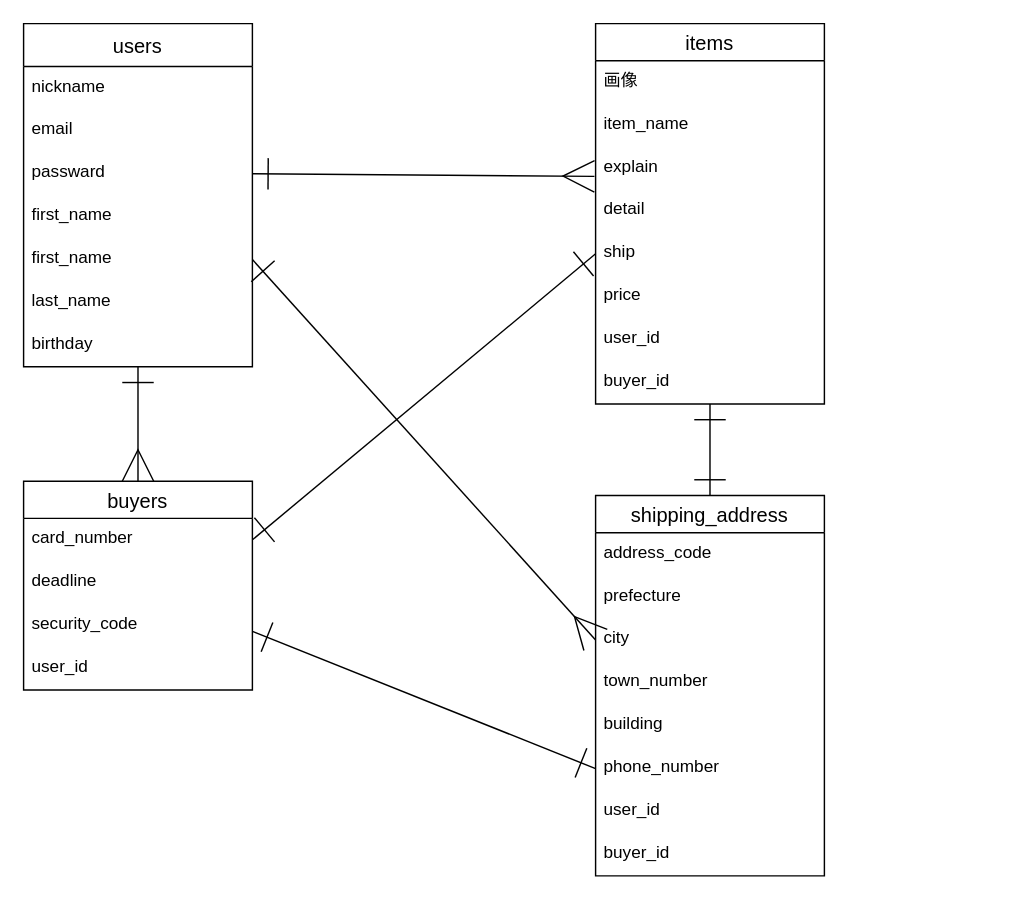
schweiz1snow/furima-36493 keeps this draw.io diagram as furima.dio. Above is the earlier version. Source tidied: cells renumbered, new cells numbered last; positions are measured from the earlier drawing's top-left corner, leaving out a move shared by most shapes. Both pictures are drawn from the tidied source at 143%, with x=0, y=0 at pixel (23, 23).
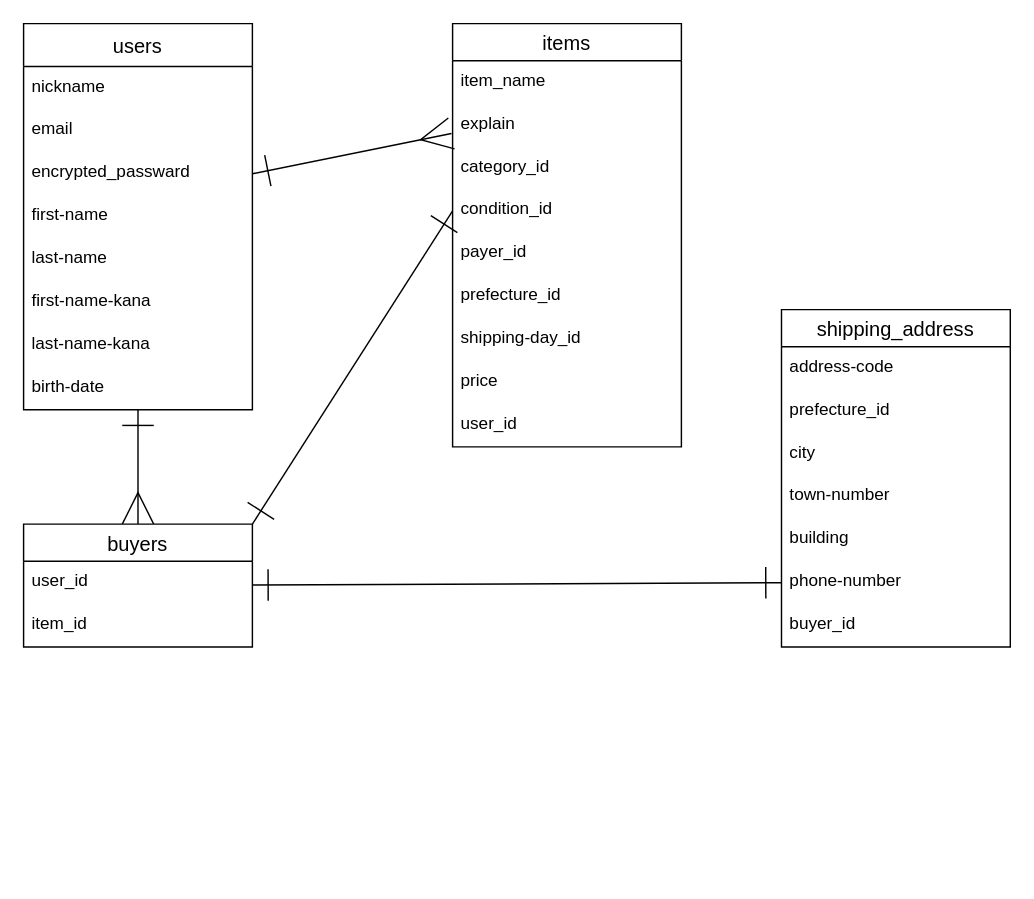
After the change.

Unchanged cells that the change refers to:
```xml
<mxCell id="30" value="city" style="text;strokeColor=none;fillColor=none;spacingLeft=4;spacingRight=4;overflow=hidden;points=[[0,0.5],[1,0.5]];portConstraint=eastwest;fontSize=12;" parent="27" vertex="1">
  <mxGeometry y="86" width="160" height="30" as="geometry" />
</mxCell>
```

Change to the diagram source:
```diff
@@
     <mxCell id="3" value="users" style="swimlane;fontStyle=0;horizontal=1;startSize=30;align=center;fontSize=14;" parent="1" vertex="1">
-      <mxGeometry width="160" height="240" as="geometry" />
+      <mxGeometry width="160" height="270" as="geometry" />
     </mxCell>
@@
-    <mxCell id="6" value="passward" style="text;strokeColor=none;fillColor=none;spacingLeft=4;spacingRight=4;overflow=hidden;points=[[0,0.5],[1,0.5]];portConstraint=eastwest;fontSize=12;" parent="3" vertex="1">
+    <mxCell id="6" value="encrypted_passward" style="text;strokeColor=none;fillColor=none;spacingLeft=4;spacingRight=4;overflow=hidden;points=[[0,0.5],[1,0.5]];portConstraint=eastwest;fontSize=12;" parent="3" vertex="1">
       <mxGeometry y="90" width="160" height="30" as="geometry" />
     </mxCell>
-    <mxCell id="7" value="first_name" style="text;strokeColor=none;fillColor=none;spacingLeft=4;spacingRight=4;overflow=hidden;fontSize=12;" parent="3" vertex="1">
+    <mxCell id="7" value="first-name" style="text;strokeColor=none;fillColor=none;spacingLeft=4;spacingRight=4;overflow=hidden;fontSize=12;" parent="3" vertex="1">
       <mxGeometry y="120" width="160" height="30" as="geometry" />
     </mxCell>
-    <mxCell id="8" value="first_name" style="text;strokeColor=none;fillColor=none;spacingLeft=4;spacingRight=4;overflow=hidden;points=[[0,0.5],[1,0.5]];portConstraint=eastwest;fontSize=12;" parent="3" vertex="1">
-      <mxGeometry y="150" width="160" height="30" as="geometry" />
-    </mxCell>
-    <mxCell id="9" value="last_name" style="text;strokeColor=none;fillColor=none;spacingLeft=4;spacingRight=4;overflow=hidden;fontSize=12;" parent="3" vertex="1">
-      <mxGeometry y="180" width="160" height="30" as="geometry" />
+    <mxCell id="9" value="last-name" style="text;strokeColor=none;fillColor=none;spacingLeft=4;spacingRight=4;overflow=hidden;fontSize=12;" parent="3" vertex="1">
+      <mxGeometry y="150" width="160" height="30" as="geometry" />
     </mxCell>
+    <mxCell id="39" value="first-name-kana" style="text;strokeColor=none;fillColor=none;spacingLeft=4;spacingRight=4;overflow=hidden;fontSize=12;" parent="3" vertex="1">
+      <mxGeometry y="180" width="160" height="30" as="geometry" />
+    </mxCell>
+    <mxCell id="40" value="last-name-kana" style="text;strokeColor=none;fillColor=none;spacingLeft=4;spacingRight=4;overflow=hidden;fontSize=12;" parent="3" vertex="1">
+      <mxGeometry y="210" width="160" height="30" as="geometry" />
+    </mxCell>
-    <mxCell id="10" value="birthday" style="text;strokeColor=none;fillColor=none;spacingLeft=4;spacingRight=4;overflow=hidden;fontSize=12;" parent="3" vertex="1">
-      <mxGeometry y="210" width="160" height="30" as="geometry" />
+    <mxCell id="10" value="birth-date" style="text;strokeColor=none;fillColor=none;spacingLeft=4;spacingRight=4;overflow=hidden;fontSize=12;" parent="3" vertex="1">
+      <mxGeometry y="240" width="160" height="30" as="geometry" />
     </mxCell>
-    <mxCell id="11" style="edgeStyle=none;html=1;entryX=0.5;entryY=0;entryDx=0;entryDy=0;startArrow=ERone;startFill=0;endArrow=ERone;endFill=0;startSize=20;endSize=20;strokeWidth=1;" parent="1" edge="1" source="12" target="27">
-      <mxGeometry relative="1" as="geometry" />
-    </mxCell>
     <mxCell id="12" value="items" style="swimlane;fontStyle=0;horizontal=1;startSize=26;align=center;fontSize=14;" parent="1" vertex="1">
-      <mxGeometry x="400" width="160" height="266" as="geometry" />
+      <mxGeometry x="300" width="160" height="296" as="geometry" />
     </mxCell>
-    <mxCell id="13" value="画像" style="text;strokeColor=none;fillColor=none;spacingLeft=4;spacingRight=4;overflow=hidden;fontSize=12;" parent="12" vertex="1">
-      <mxGeometry y="26" width="160" height="30" as="geometry" />
-    </mxCell>
     <mxCell id="14" value="item_name" style="text;strokeColor=none;fillColor=none;spacingLeft=4;spacingRight=4;overflow=hidden;fontSize=12;" parent="12" vertex="1">
-      <mxGeometry y="56" width="160" height="30" as="geometry" />
+      <mxGeometry y="26" width="160" height="30" as="geometry" />
     </mxCell>
     <mxCell id="15" value="explain" style="text;strokeColor=none;fillColor=none;spacingLeft=4;spacingRight=4;overflow=hidden;points=[[0,0.5],[1,0.5]];portConstraint=eastwest;fontSize=12;" parent="12" vertex="1">
-      <mxGeometry y="86" width="160" height="30" as="geometry" />
+      <mxGeometry y="56" width="160" height="30" as="geometry" />
     </mxCell>
+    <mxCell id="41" value="category_id" style="text;strokeColor=none;fillColor=none;spacingLeft=4;spacingRight=4;overflow=hidden;fontSize=12;" parent="12" vertex="1">
+      <mxGeometry y="86" width="160" height="30" as="geometry" />
+    </mxCell>
-    <mxCell id="16" value="detail" style="text;strokeColor=none;fillColor=none;spacingLeft=4;spacingRight=4;overflow=hidden;points=[[0,0.5],[1,0.5]];portConstraint=eastwest;fontSize=12;" parent="12" vertex="1">
+    <mxCell id="16" value="condition_id" style="text;strokeColor=none;fillColor=none;spacingLeft=4;spacingRight=4;overflow=hidden;points=[[0,0.5],[1,0.5]];portConstraint=eastwest;fontSize=12;" parent="12" vertex="1">
       <mxGeometry y="116" width="160" height="30" as="geometry" />
     </mxCell>
-    <mxCell id="17" value="ship" style="text;strokeColor=none;fillColor=none;spacingLeft=4;spacingRight=4;overflow=hidden;points=[[0,0.5],[1,0.5]];portConstraint=eastwest;fontSize=12;" parent="12" vertex="1">
-      <mxGeometry y="146" width="160" height="30" as="geometry" />
-    </mxCell>
+    <mxCell id="42" value="payer_id" style="text;strokeColor=none;fillColor=none;spacingLeft=4;spacingRight=4;overflow=hidden;fontSize=12;" parent="12" vertex="1">
+      <mxGeometry y="146" width="160" height="30" as="geometry" />
+    </mxCell>
+    <mxCell id="43" value="prefecture_id" style="text;strokeColor=none;fillColor=none;spacingLeft=4;spacingRight=4;overflow=hidden;fontSize=12;" parent="12" vertex="1">
+      <mxGeometry y="176" width="160" height="30" as="geometry" />
+    </mxCell>
+    <mxCell id="44" value="shipping-day_id" style="text;strokeColor=none;fillColor=none;spacingLeft=4;spacingRight=4;overflow=hidden;fontSize=12;" parent="12" vertex="1">
+      <mxGeometry y="206" width="160" height="30" as="geometry" />
+    </mxCell>
     <mxCell id="18" value="price" style="text;strokeColor=none;fillColor=none;spacingLeft=4;spacingRight=4;overflow=hidden;fontSize=12;" parent="12" vertex="1">
-      <mxGeometry y="176" width="160" height="30" as="geometry" />
+      <mxGeometry y="236" width="160" height="30" as="geometry" />
     </mxCell>
     <mxCell id="19" value="user_id" style="text;strokeColor=none;fillColor=none;spacingLeft=4;spacingRight=4;overflow=hidden;fontSize=12;" parent="12" vertex="1">
-      <mxGeometry y="206" width="160" height="30" as="geometry" />
+      <mxGeometry y="266" width="160" height="30" as="geometry" />
     </mxCell>
-    <mxCell id="20" value="buyer_id" style="text;strokeColor=none;fillColor=none;spacingLeft=4;spacingRight=4;overflow=hidden;fontSize=12;" parent="12" vertex="1">
-      <mxGeometry y="236" width="160" height="30" as="geometry" />
-    </mxCell>
@@
+    <mxCell id="45" style="edgeStyle=none;html=1;exitX=1;exitY=0;exitDx=0;exitDy=0;entryX=0;entryY=0.5;entryDx=0;entryDy=0;startArrow=ERone;startFill=0;endArrow=ERone;endFill=0;startSize=20;endSize=20;strokeWidth=1;" parent="1" edge="1" source="22" target="16">
+      <mxGeometry relative="1" as="geometry" />
+    </mxCell>
     <mxCell id="22" value="buyers" style="swimlane;fontStyle=0;horizontal=1;startSize=26;align=center;fontSize=14;" parent="1" vertex="1">
-      <mxGeometry y="320" width="160" height="146" as="geometry" />
+      <mxGeometry y="350" width="160" height="86" as="geometry" />
     </mxCell>
-    <mxCell id="23" value="card_number" style="text;strokeColor=none;fillColor=none;spacingLeft=4;spacingRight=4;overflow=hidden;points=[[0,0.5],[1,0.5]];portConstraint=eastwest;fontSize=12;" parent="22" vertex="1">
-      <mxGeometry y="26" width="160" height="30" as="geometry" />
-    </mxCell>
-    <mxCell id="24" value="deadline" style="text;strokeColor=none;fillColor=none;spacingLeft=4;spacingRight=4;overflow=hidden;fontSize=12;" parent="22" vertex="1">
-      <mxGeometry y="56" width="160" height="30" as="geometry" />
-    </mxCell>
-    <mxCell id="25" value="security_code" style="text;strokeColor=none;fillColor=none;spacingLeft=4;spacingRight=4;overflow=hidden;fontSize=12;" parent="22" vertex="1">
-      <mxGeometry y="86" width="160" height="30" as="geometry" />
-    </mxCell>
     <mxCell id="26" value="user_id" style="text;strokeColor=none;fillColor=none;spacingLeft=4;spacingRight=4;overflow=hidden;fontSize=12;" parent="22" vertex="1">
-      <mxGeometry y="116" width="160" height="30" as="geometry" />
+      <mxGeometry y="26" width="160" height="30" as="geometry" />
     </mxCell>
+    <mxCell id="46" value="item_id" style="text;strokeColor=none;fillColor=none;spacingLeft=4;spacingRight=4;overflow=hidden;fontSize=12;" parent="22" vertex="1">
+      <mxGeometry y="56" width="160" height="30" as="geometry" />
+    </mxCell>
     <mxCell id="27" value="shipping_address" style="swimlane;fontStyle=0;horizontal=1;startSize=26;align=center;fontSize=14;" parent="1" vertex="1">
-      <mxGeometry x="400" y="330" width="160" height="266" as="geometry" />
+      <mxGeometry x="530" y="200" width="160" height="236" as="geometry" />
     </mxCell>
-    <mxCell id="28" value="address_code" style="text;strokeColor=none;fillColor=none;spacingLeft=4;spacingRight=4;overflow=hidden;fontSize=12;" parent="27" vertex="1">
+    <mxCell id="28" value="address-code" style="text;strokeColor=none;fillColor=none;spacingLeft=4;spacingRight=4;overflow=hidden;fontSize=12;" parent="27" vertex="1">
       <mxGeometry y="26" width="160" height="30" as="geometry" />
     </mxCell>
-    <mxCell id="29" value="prefecture" style="text;strokeColor=none;fillColor=none;spacingLeft=4;spacingRight=4;overflow=hidden;fontSize=12;" parent="27" vertex="1">
+    <mxCell id="29" value="prefecture_id" style="text;strokeColor=none;fillColor=none;spacingLeft=4;spacingRight=4;overflow=hidden;fontSize=12;" parent="27" vertex="1">
       <mxGeometry y="56" width="160" height="30" as="geometry" />
     </mxCell>
@@
-    <mxCell id="31" value="town_number" style="text;strokeColor=none;fillColor=none;spacingLeft=4;spacingRight=4;overflow=hidden;fontSize=12;" parent="27" vertex="1">
+    <mxCell id="31" value="town-number" style="text;strokeColor=none;fillColor=none;spacingLeft=4;spacingRight=4;overflow=hidden;fontSize=12;" parent="27" vertex="1">
       <mxGeometry y="116" width="160" height="30" as="geometry" />
     </mxCell>
@@
-    <mxCell id="33" value="phone_number" style="text;strokeColor=none;fillColor=none;spacingLeft=4;spacingRight=4;overflow=hidden;points=[[0,0.5],[1,0.5]];portConstraint=eastwest;fontSize=12;" parent="27" vertex="1">
+    <mxCell id="33" value="phone-number" style="text;strokeColor=none;fillColor=none;spacingLeft=4;spacingRight=4;overflow=hidden;points=[[0,0.5],[1,0.5]];portConstraint=eastwest;fontSize=12;" parent="27" vertex="1">
       <mxGeometry y="176" width="160" height="30" as="geometry" />
     </mxCell>
-    <mxCell id="34" value="user_id" style="text;strokeColor=none;fillColor=none;spacingLeft=4;spacingRight=4;overflow=hidden;fontSize=12;" parent="27" vertex="1">
-      <mxGeometry y="206" width="160" height="30" as="geometry" />
-    </mxCell>
     <mxCell id="35" value="buyer_id" style="text;strokeColor=none;fillColor=none;spacingLeft=4;spacingRight=4;overflow=hidden;fontSize=12;" parent="27" vertex="1">
-      <mxGeometry y="236" width="160" height="30" as="geometry" />
+      <mxGeometry y="206" width="160" height="30" as="geometry" />
     </mxCell>
@@
-    <mxCell id="37" style="edgeStyle=none;html=1;exitX=1;exitY=0.5;exitDx=0;exitDy=0;entryX=0;entryY=0.5;entryDx=0;entryDy=0;startArrow=ERone;startFill=0;endArrow=ERmany;endFill=0;startSize=20;endSize=20;strokeWidth=1;" parent="1" edge="1" source="8" target="30">
-      <mxGeometry relative="1" as="geometry" />
-    </mxCell>
-    <mxCell id="38" style="edgeStyle=none;html=1;exitX=0;exitY=0.5;exitDx=0;exitDy=0;entryX=1;entryY=0.5;entryDx=0;entryDy=0;startArrow=ERone;startFill=0;endArrow=ERone;endFill=0;startSize=20;endSize=20;strokeWidth=1;" parent="1" edge="1" source="17" target="23">
-      <mxGeometry relative="1" as="geometry" />
-    </mxCell>
```
